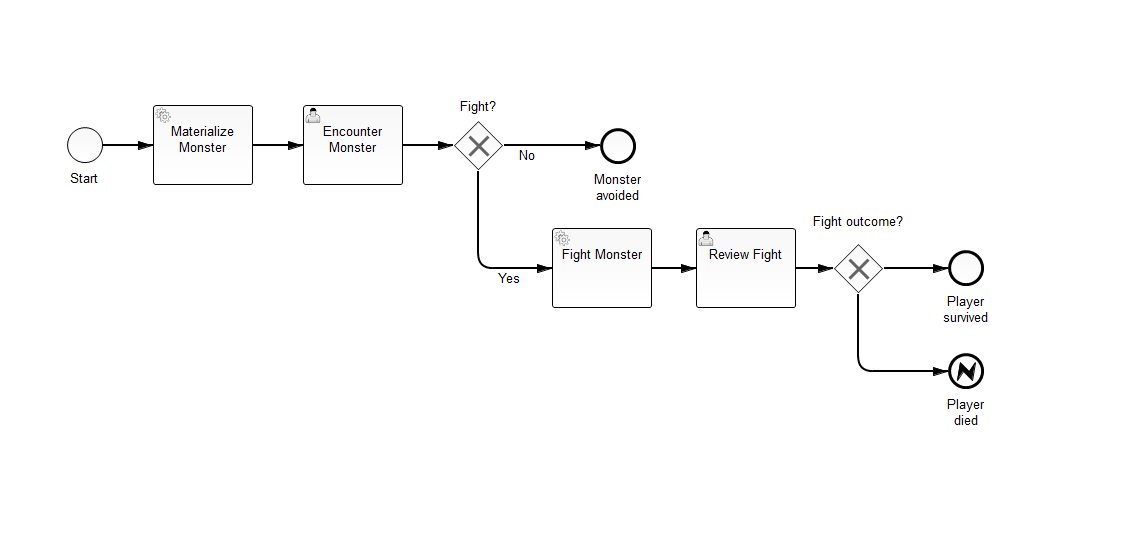
The BPMN diagram src/main/resources/fight.png in NPDeehan/bpmn-quest, before a commit. Its source is kept beside it as src/main/resources/fight.bpmn. Ids are renumbered.
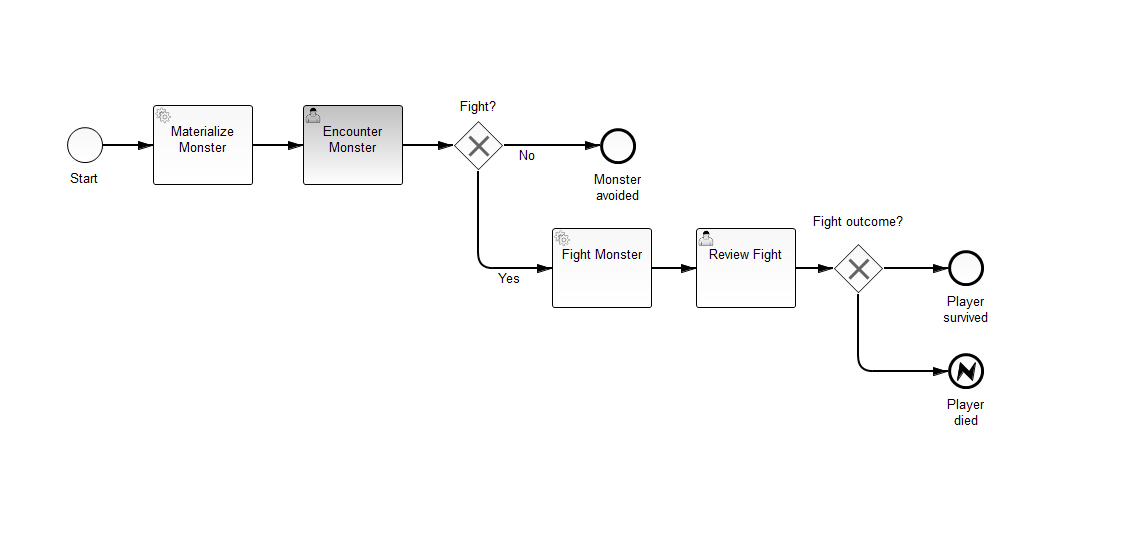
After the change.

Change to the diagram source:
```diff
@@ -9,9 +9,6 @@
     </bpmn2:serviceTask>
     <bpmn2:sequenceFlow id="SequenceFlow_1" name="" sourceRef="StartEvent_1" targetRef="ServiceTask_1"/>
     <bpmn2:userTask id="UserTask_1" camunda:assignee="demo" camunda:formKey="embedded:app:forms/encounter.html" name="Encounter Monster">
-      <bpmn2:extensionElements>
-        <camunda:taskListener class="org.camunda.bpmn.quest.CharacterCreator.GenerateMonsterStoryListener" event="create"/>
-      </bpmn2:extensionElements>
       <bpmn2:incoming>SequenceFlow_2</bpmn2:incoming>
       <bpmn2:outgoing>SequenceFlow_3</bpmn2:outgoing>
     </bpmn2:userTask>
```
